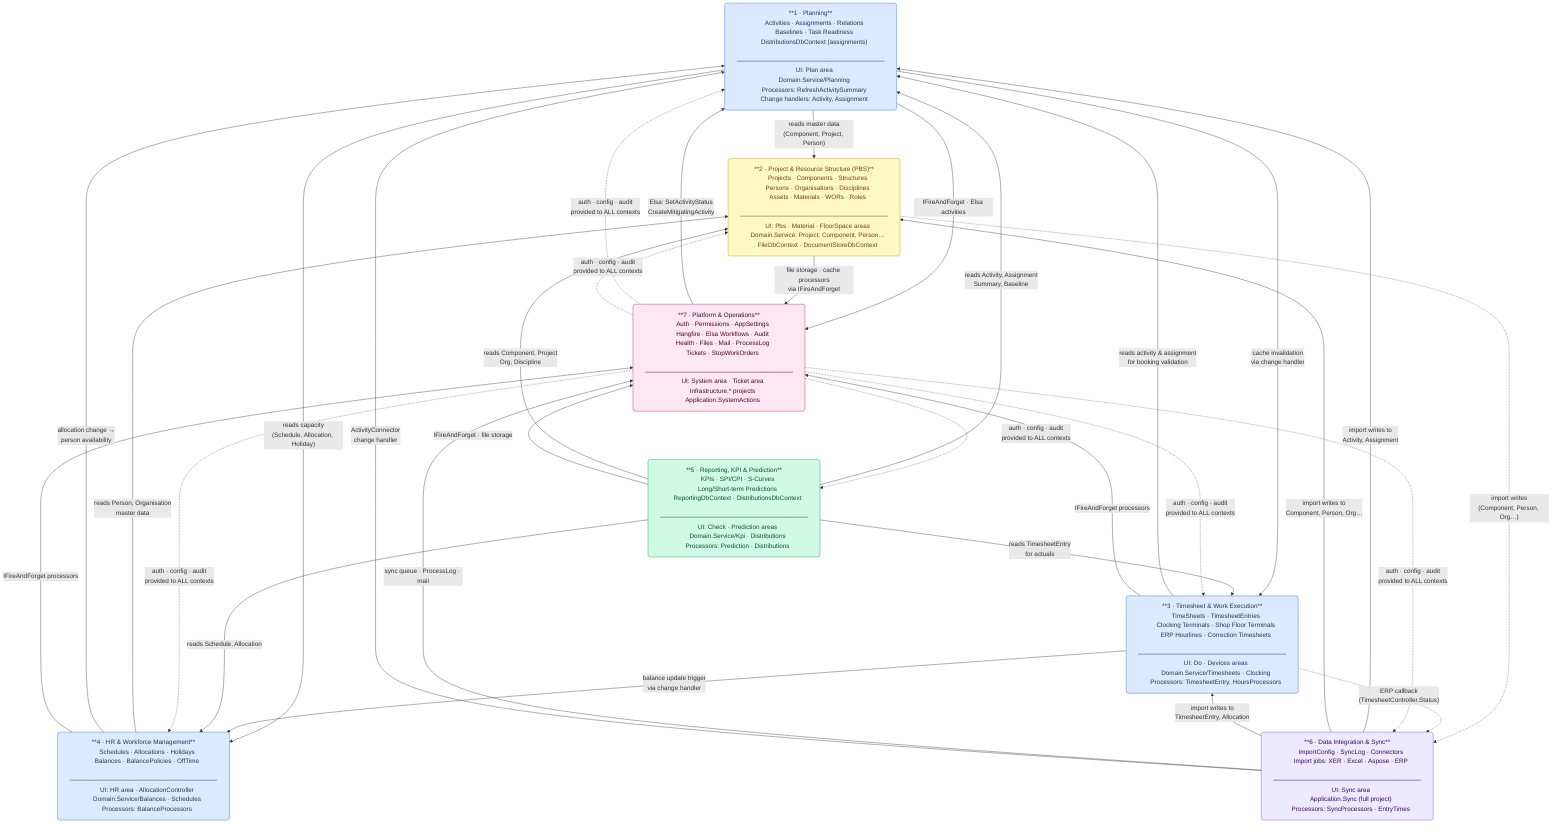
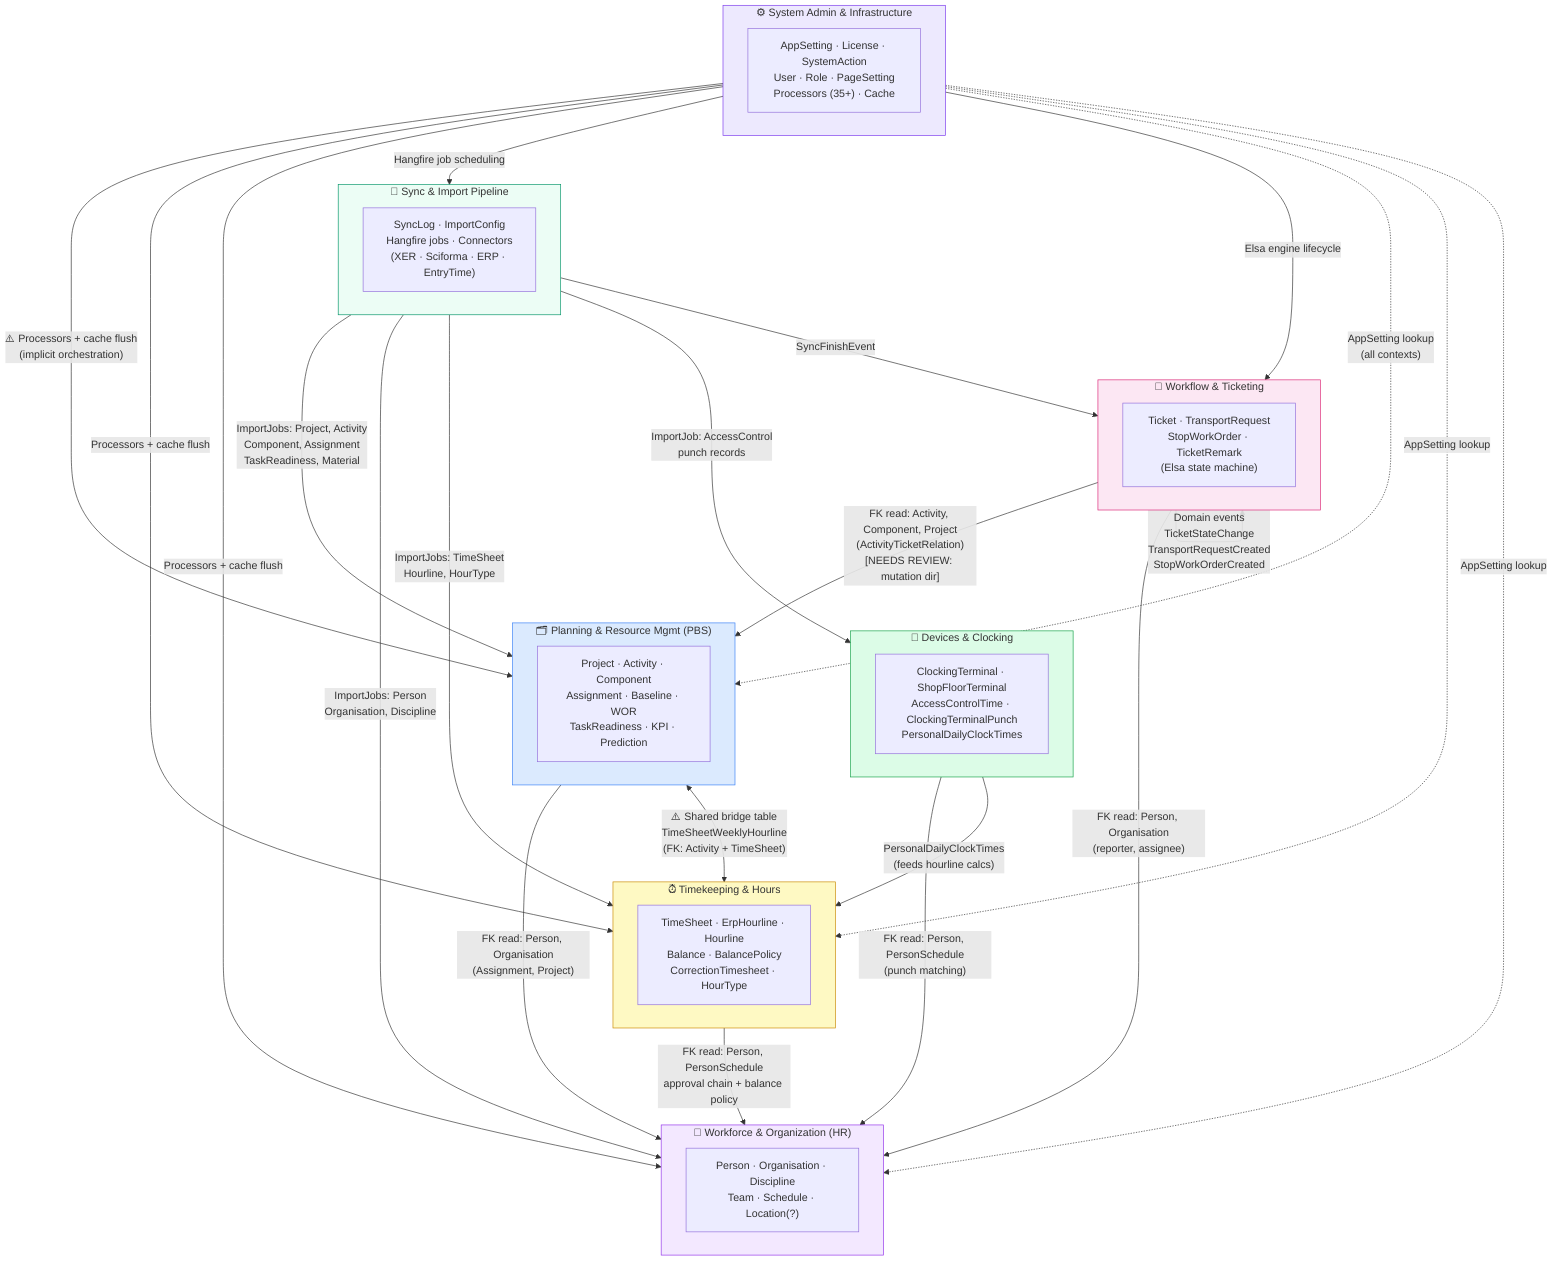
- %%  Floor2Plan Bounded Context Map — Phase 2
- %%  DRAFT — REQUIRES HUMAN VALIDATION
- %%  Generated: 2026-06-20
+ graph TB
+     subgraph PBS["🗂️ Planning & Resource Mgmt (PBS)"]
+         PBS_agg["Project · Activity · Component\nAssignment · Baseline · WOR\nTaskReadiness · KPI · Prediction"]
+     end

- flowchart TD
-     %% ── Node definitions ──────────────────────────────────────────────────
+     subgraph WF["👥 Workforce & Organization (HR)"]
+         WF_agg["Person · Organisation · Discipline\nTeam · Schedule · Location(?)"]
+     end

-     PLAN["**1 · Planning**
-     Activities · Assignments · Relations
-     Baselines · Task Readiness
-     DistributionsDbContext (assignments)
-     ─────────────────────────────────
-     UI: Plan area
-     Domain.Service/Planning
-     Processors: RefreshActivitySummary
-     Change handlers: Activity, Assignment"]
+     subgraph TS["⏰ Timekeeping & Hours"]
+         TS_agg["TimeSheet · ErpHourline · Hourline\nBalance · BalancePolicy\nCorrectionTimesheet · HourType"]
+     end

-     PBS["**2 · Project & Resource Structure (PBS)**
-     Projects · Components · Structures
-     Persons · Organisations · Disciplines
-     Assets · Materials · WORs · Roles
-     ─────────────────────────────────
-     UI: Pbs · Material · FloorSpace areas
-     Domain.Service: Project, Component, Person…
-     FileDbContext · DocumentStoreDbContext"]
+     subgraph DEV["📱 Devices & Clocking"]
+         DEV_agg["ClockingTerminal · ShopFloorTerminal\nAccessControlTime · ClockingTerminalPunch\nPersonalDailyClockTimes"]
+     end

-     TS["**3 · Timesheet & Work Execution**
-     TimeSheets · TimesheetEntries
-     Clocking Terminals · Shop Floor Terminals
-     ERP Hourlines · Correction Timesheets
-     ─────────────────────────────────
-     UI: Do · Devices areas
-     Domain.Service/Timesheets · Clocking
-     Processors: TimesheetEntry, HoursProcessors"]
+     subgraph TKT["🎫 Workflow & Ticketing"]
+         TKT_agg["Ticket · TransportRequest\nStopWorkOrder · TicketRemark\n(Elsa state machine)"]
+     end

-     HR["**4 · HR & Workforce Management**
-     Schedules · Allocations · Holidays
-     Balances · BalancePolicies · OffTime
-     ─────────────────────────────────
-     UI: HR area · AllocationController
-     Domain.Service/Balances · Schedules
-     Processors: BalanceProcessors"]
+     subgraph SYN["🔄 Sync & Import Pipeline"]
+         SYN_agg["SyncLog · ImportConfig\nHangfire jobs · Connectors\n(XER · Sciforma · ERP · EntryTime)"]
+     end

-     RPT["**5 · Reporting, KPI & Prediction**
-     KPIs · SPI/CPI · S-Curves
-     Long/Short-term Predictions
-     ReportingDbContext · DistributionsDbContext
-     ─────────────────────────────────
-     UI: Check · Prediction areas
-     Domain.Service/Kpi · Distributions
-     Processors: Prediction · Distributions"]
+     subgraph SYS["⚙️ System Admin & Infrastructure"]
+         SYS_agg["AppSetting · License · SystemAction\nUser · Role · PageSetting\nProcessors (35+) · Cache"]
+     end

-     SYNC["**6 · Data Integration & Sync**
-     ImportConfig · SyncLog · Connectors
-     Import jobs: XER · Excel · Aspose · ERP
-     ─────────────────────────────────
-     UI: Sync area
-     Application.Sync (full project)
-     Processors: SyncProcessors · EntryTimes"]
+     %% Planning ↔ Workforce
+     PBS -->|"FK read: Person, Organisation\n(Assignment, Project)"| WF

-     PLT["**7 · Platform & Operations**
-     Auth · Permissions · AppSettings
-     Hangfire · Elsa Workflows · Audit
-     Health · Files · Mail · ProcessLog
-     Tickets · StopWorkOrders
-     ─────────────────────────────────
-     UI: System area · Ticket area
-     Infrastructure.* projects
-     Application.SystemActions"]
+     %% Planning ↔ Timekeeping
+     PBS <-->|"⚠️ Shared bridge table\nTimeSheetWeeklyHourline\n(FK: Activity + TimeSheet)"| TS

-     %% ── Relationships ─────────────────────────────────────────────────────
+     %% Timekeeping → Workforce
+     TS -->|"FK read: Person, PersonSchedule\napproval chain + balance policy"| WF

-     PLAN -->|"reads master data\n(Component, Project, Person)"| PBS
-     PLAN -->|"reads capacity\n(Schedule, Allocation, Holiday)"| HR
-     PLAN -->|"cache invalidation\nvia change handler"| TS
-     PLAN -->|"IFireAndForget · Elsa activities"| PLT
+     %% Devices → Workforce
+     DEV -->|"FK read: Person, PersonSchedule\n(punch matching)"| WF

-     PBS -->|"file storage · cache processors\nvia IFireAndForget"| PLT
-     PBS -.->|"import writes\n(Component, Person, Org…)"| SYNC
+     %% Devices → Timekeeping
+     DEV -->|"PersonalDailyClockTimes\n(feeds hourline calcs)"| TS

-     TS -->|"reads activity & assignment\nfor booking validation"| PLAN
-     TS -->|"balance update trigger\nvia change handler"| HR
-     TS -->|"IFireAndForget processors"| PLT
-     TS -.->|"ERP callback\n(TimesheetController.Status)"| SYNC
+     %% Workflow → Planning
+     TKT -->|"FK read: Activity, Component, Project\n(ActivityTicketRelation)\n[NEEDS REVIEW: mutation dir]"| PBS

-     HR -->|"reads Person, Organisation\nmaster data"| PBS
-     HR -->|"allocation change →\nperson availability"| PLAN
-     HR -->|"IFireAndForget processors"| PLT
+     %% Workflow → Workforce
+     TKT -->|"FK read: Person, Organisation\n(reporter, assignee)"| WF

-     RPT -->|"reads Activity, Assignment\nSummary, Baseline"| PLAN
-     RPT -->|"reads Component, Project\nOrg, Discipline"| PBS
-     RPT -->|"reads Schedule, Allocation"| HR
-     RPT -->|"reads TimesheetEntry\nfor actuals"| TS
-     RPT -->|"IFireAndForget · file storage"| PLT
+     %% Workflow self (Elsa events)
+     TKT -->|"Domain events\nTicketStateChange\nTransportRequestCreated\nStopWorkOrderCreated"| TKT

-     SYNC -->|"import writes to\nActivity, Assignment"| PLAN
-     SYNC -->|"import writes to\nComponent, Person, Org…"| PBS
-     SYNC -->|"import writes to\nTimesheetEntry, Allocation"| TS
-     SYNC -->|"sync queue · ProcessLog · mail"| PLT
-     SYNC -->|"ActivityConnector\nchange handler"| PLAN
+     %% Sync → all contexts (writes)
+     SYN -->|"ImportJobs: Project, Activity\nComponent, Assignment\nTaskReadiness, Material"| PBS
+     SYN -->|"ImportJobs: Person\nOrganisation, Discipline"| WF
+     SYN -->|"ImportJobs: TimeSheet\nHourline, HourType"| TS
+     SYN -->|"ImportJob: AccessControl\npunch records"| DEV
+     SYN -->|"SyncFinishEvent"| TKT

-     PLT -->|"Elsa: SetActivityStatus\nCreateMitigatingActivity"| PLAN
-     PLT -.->|"auth · config · audit\nprovided to ALL contexts"| PLAN
-     PLT -.->|"auth · config · audit\nprovided to ALL contexts"| PBS
-     PLT -.->|"auth · config · audit\nprovided to ALL contexts"| TS
-     PLT -.->|"auth · config · audit\nprovided to ALL contexts"| HR
-     PLT -.->|"auth · config · audit\nprovided to ALL contexts"| RPT
-     PLT -.->|"auth · config · audit\nprovided to ALL contexts"| SYNC
+     %% System → all (cache + processors)
+     SYS -->|"⚠️ Processors + cache flush\n(implicit orchestration)"| PBS
+     SYS -->|"Processors + cache flush"| TS
+     SYS -->|"Processors + cache flush"| WF
+     SYS -->|"Hangfire job scheduling"| SYN
+     SYS -->|"Elsa engine lifecycle"| TKT
+     SYS -.->|"AppSetting lookup\n(all contexts)"| PBS
+     SYS -.->|"AppSetting lookup"| TS
+     SYS -.->|"AppSetting lookup"| WF

-     %% ── Styling ───────────────────────────────────────────────────────────
- 
-     classDef domain    fill:#dbeafe,stroke:#2563eb,color:#1e3a5f,rx:6
-     classDef infra     fill:#fef9c3,stroke:#ca8a04,color:#713f12,rx:6
-     classDef reporting fill:#d1fae5,stroke:#059669,color:#064e3b,rx:6
-     classDef sync      fill:#ede9fe,stroke:#7c3aed,color:#3b0764,rx:6
-     classDef platform  fill:#fce7f3,stroke:#be185d,color:#500724,rx:6
- 
-     class PLAN,HR domain
-     class PBS infra
-     class TS domain
-     class RPT reporting
-     class SYNC sync
-     class PLT platform
+     %% Styling
+     style PBS fill:#dbeafe,stroke:#3b82f6
+     style WF  fill:#f3e8ff,stroke:#9333ea
+     style TS  fill:#fef9c3,stroke:#ca8a04
+     style DEV fill:#dcfce7,stroke:#16a34a
+     style TKT fill:#fce7f3,stroke:#db2777
+     style SYN fill:#ecfdf5,stroke:#059669
+     style SYS fill:#ede9fe,stroke:#7c3aed
